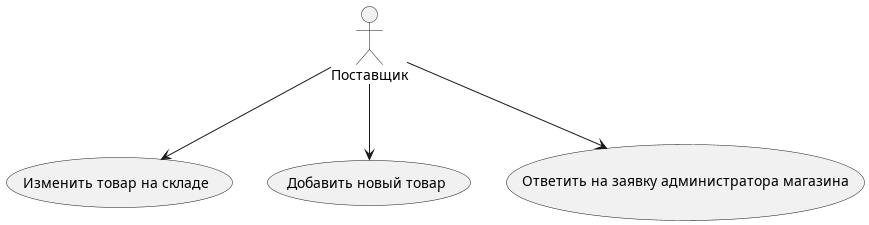
Before: uml-диаграммы/out/Поставщик/диаграмма_прецедентов_Поставщик/диаграмма_прецедентов_Поставщик.png, a diagram exported from PlantUML (BombasticFantastik/PIS_Course_work).
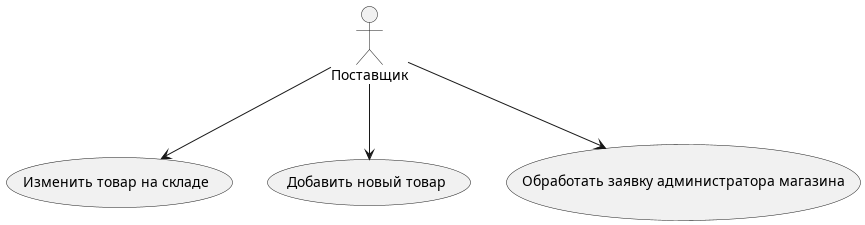
After the change.

Diff of the diagram source:
```diff
@@ -3,7 +3,7 @@
 
 Поставщик --> (Изменить товар на складе)
 Поставщик --> (Добавить новый товар)
-Поставщик --> (Ответить на заявку администратора магазина)
+Поставщик --> (Обработать заявку администратора магазина)
 
 
 
```
